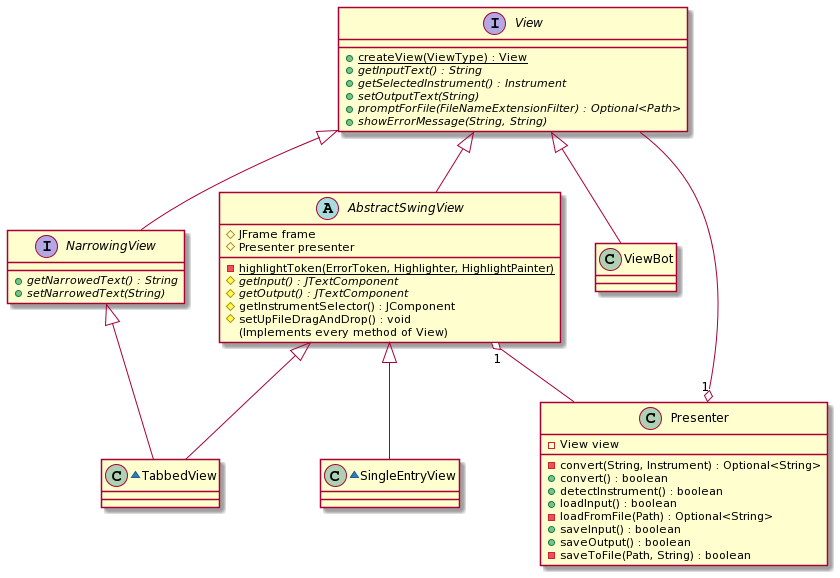
Earlier version of the PlantUML export Documentation/Diagrams/frontend-class-diagram.png (ahopk127/eecs2311-tab2xml).
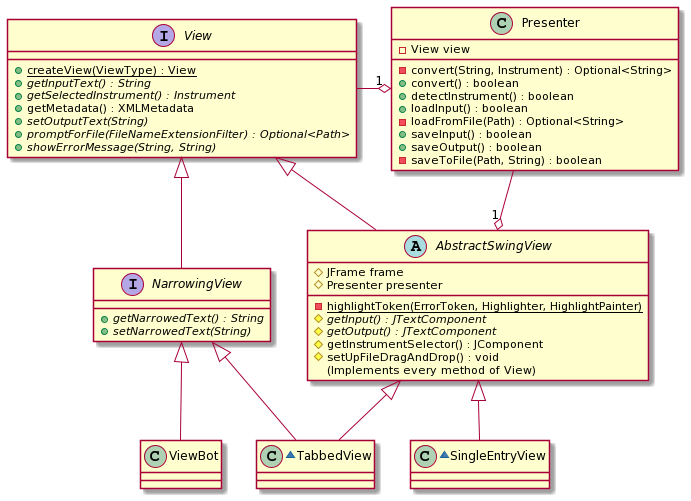
After the change.

Change to the diagram source:
```diff
@@ -3,6 +3,7 @@
   +{static} createView(ViewType) : View
   +{abstract} getInputText() : String
   +{abstract} getSelectedInstrument() : Instrument
+  +getMetadata() : XMLMetadata
   +{abstract} setOutputText(String)
   +{abstract} promptForFile(FileNameExtensionFilter) : Optional<Path>
   +{abstract} showErrorMessage(String, String)
@@ -43,12 +44,12 @@
 ~class SingleEntryView {
 }
 
-Presenter "1" o-- View
-AbstractSwingView "1" o-- Presenter
+View -o "1" Presenter
+Presenter --o "1" AbstractSwingView
 View <|-- AbstractSwingView
 View <|-- NarrowingView
 AbstractSwingView <|-- TabbedView
 NarrowingView <|-- TabbedView
 AbstractSwingView <|-- SingleEntryView
-View <|-- ViewBot
+NarrowingView <|-- ViewBot
 @enduml
```
